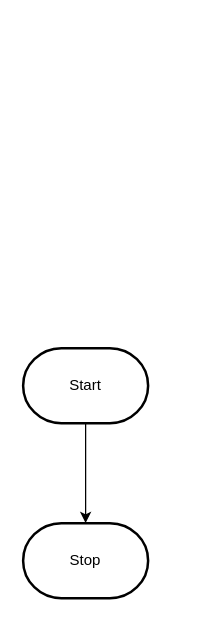
Before: design/flowchart.drawio in MTHS-ICD2O-1-2023/ICD2O-Unit-3-03-nathan-desilva, a draw.io diagram. Source tidied: cells renumbered, new cells numbered last; positions are measured from the earlier drawing's top-left corner, leaving out a move shared by most shapes. Both pictures are drawn from the tidied source at 125%, with x=0, y=0 at pixel (22, 348).
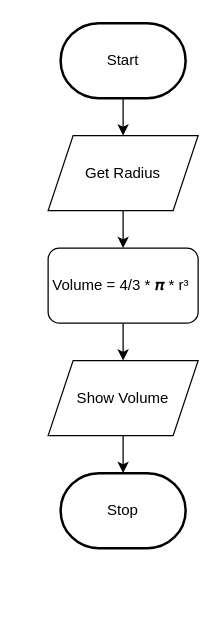
After the change.

Commit message (it also covers changes not shown here):
downloaded flowchart

The edit, as a diff of the source:
```diff
@@
 <mxGraphModel>
   <root>
     <mxCell id="0" />
     <mxCell id="1" parent="0" />
-    <mxCell id="2" style="edgeStyle=orthogonalEdgeStyle;html=1;rounded=0;" parent="1" edge="1" source="3" target="4">
-      <mxGeometry relative="1" as="geometry" />
-    </mxCell>
+    <mxCell id="5" style="edgeStyle=none;html=1;" parent="1" edge="1" source="3" target="2">
+      <mxGeometry relative="1" as="geometry" />
+    </mxCell>
     <mxCell id="3" value="Start" style="strokeWidth=2;html=1;shape=mxgraph.flowchart.terminator;whiteSpace=wrap;" parent="1" vertex="1">
-      <mxGeometry width="100" height="60" as="geometry" />
+      <mxGeometry x="30" y="-260" width="100" height="60" as="geometry" />
     </mxCell>
     <mxCell id="4" value="Stop" style="strokeWidth=2;html=1;shape=mxgraph.flowchart.terminator;whiteSpace=wrap;" parent="1" vertex="1">
-      <mxGeometry y="140" width="100" height="60" as="geometry" />
+      <mxGeometry x="30" y="100" width="100" height="60" as="geometry" />
     </mxCell>
+    <mxCell id="6" style="edgeStyle=none;html=1;" parent="1" edge="1" source="2" target="8">
+      <mxGeometry relative="1" as="geometry" />
+    </mxCell>
+    <mxCell id="2" value="Get Radius" style="shape=parallelogram;perimeter=parallelogramPerimeter;whiteSpace=wrap;html=1;fixedSize=1;" parent="1" vertex="1">
+      <mxGeometry x="20" y="-170" width="120" height="60" as="geometry" />
+    </mxCell>
+    <mxCell id="7" style="edgeStyle=none;html=1;" parent="1" edge="1" source="8" target="10">
+      <mxGeometry relative="1" as="geometry" />
+    </mxCell>
+    <mxCell id="8" value="Volume = 4/3 * 𝝅 * r³&amp;nbsp;" style="rounded=1;whiteSpace=wrap;html=1;" parent="1" vertex="1">
+      <mxGeometry x="20" y="-80" width="120" height="60" as="geometry" />
+    </mxCell>
+    <mxCell id="9" style="edgeStyle=none;html=1;" parent="1" edge="1" source="10" target="4">
+      <mxGeometry relative="1" as="geometry" />
+    </mxCell>
+    <mxCell id="10" value="Show Volume" style="shape=parallelogram;perimeter=parallelogramPerimeter;whiteSpace=wrap;html=1;fixedSize=1;" parent="1" vertex="1">
+      <mxGeometry x="20" y="10" width="120" height="60" as="geometry" />
+    </mxCell>
   </root>
 </mxGraphModel>
```
